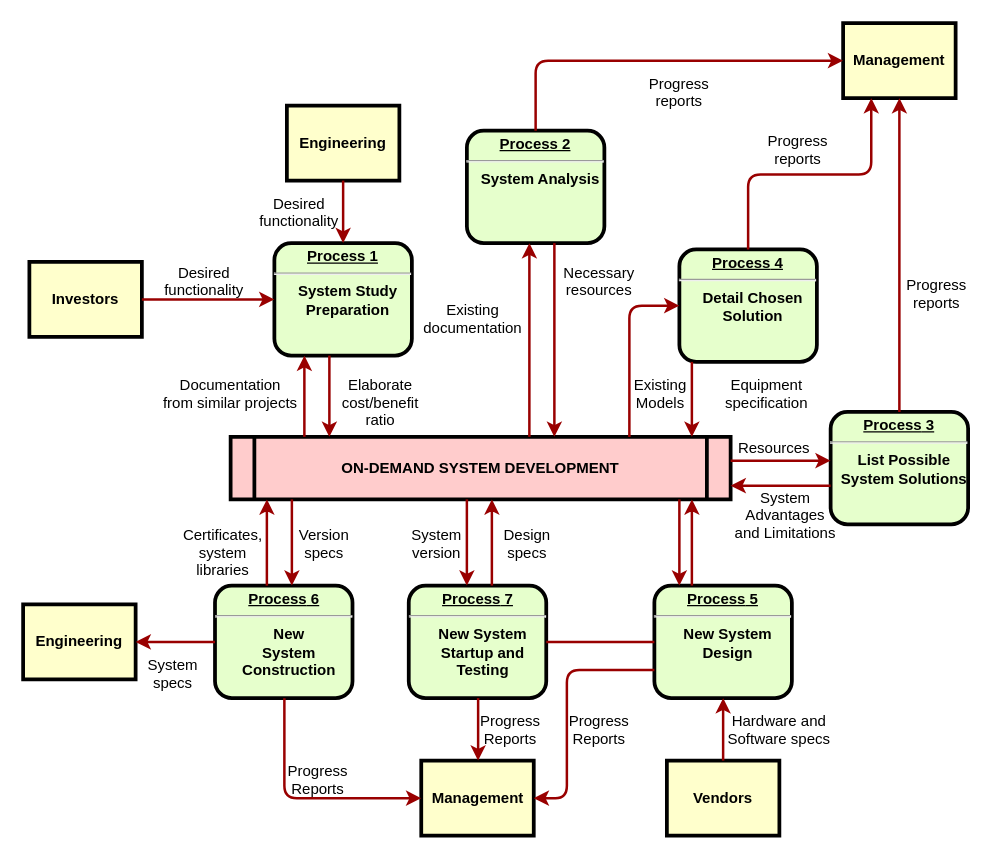
Earlier version of the draw.io diagram Week_06/Day_5/Untitled Diagram.drawio (LucyBurns/codeclan_homework_LBurns). Source tidied: cells renumbered, new cells numbered last; positions are measured from the earlier drawing's top-left corner, leaving out a move shared by most shapes. Both pictures are drawn from the tidied source at 125%, with x=0, y=0 at pixel (22, 22).
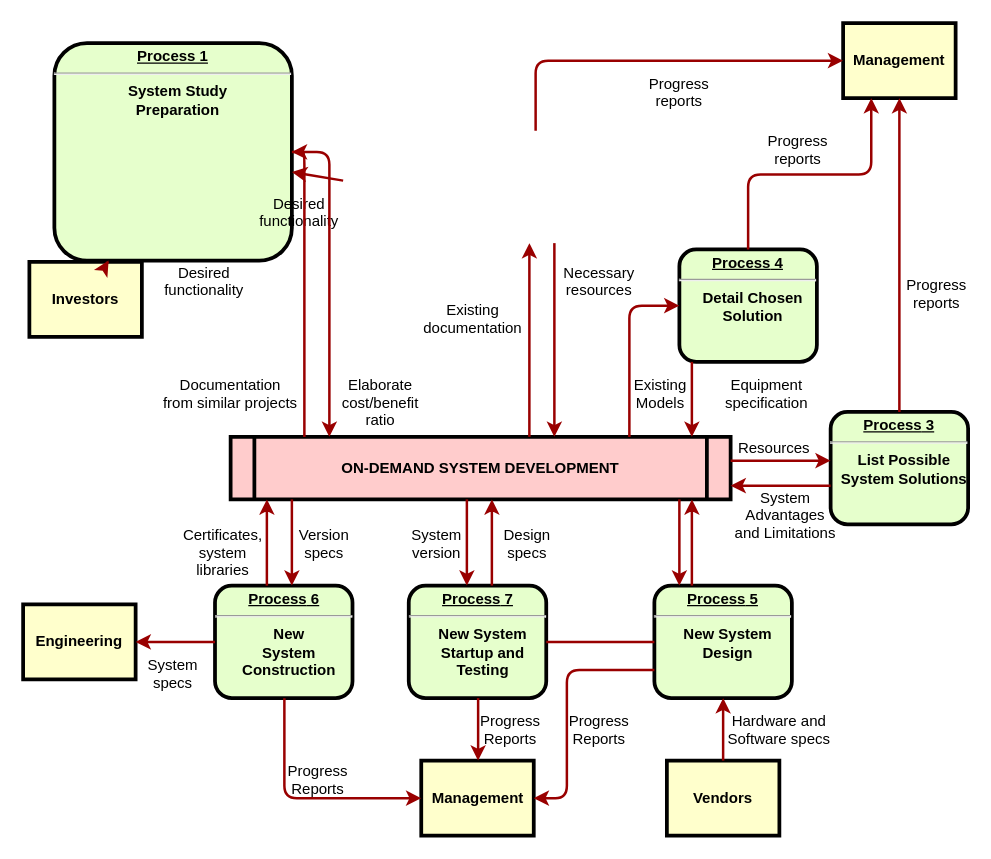
The same diagram, later.

Commit message:
NYC Citi Bikes

Unchanged cells that the change refers to:
```xml
<mxCell id="5" value="ON-DEMAND SYSTEM DEVELOPMENT" style="shape=process;whiteSpace=wrap;align=center;verticalAlign=middle;size=0.0475;fontStyle=1;strokeWidth=3;fillColor=#FFCCCC;" parent="1" vertex="1">
  <mxGeometry x="166" y="331" width="400" height="50" as="geometry" />
</mxCell>
<mxCell id="11" value="Management" style="whiteSpace=wrap;align=center;verticalAlign=middle;fontStyle=1;strokeWidth=3;fillColor=#FFFFCC;" parent="1" vertex="1">
  <mxGeometry x="656" width="90" height="60" as="geometry" />
</mxCell>
```

What changed in the source:
```diff
@@
     <mxCell id="2" value="&lt;p style=&quot;margin: 0px; margin-top: 4px; text-align: center; text-decoration: underline;&quot;&gt;&lt;strong&gt;Process 1&lt;br /&gt;&lt;/strong&gt;&lt;/p&gt;&lt;hr /&gt;&lt;p style=&quot;margin: 0px; margin-left: 8px;&quot;&gt;System Study&lt;/p&gt;&lt;p style=&quot;margin: 0px; margin-left: 8px;&quot;&gt;Preparation&lt;/p&gt;" style="verticalAlign=middle;align=center;overflow=fill;fontSize=12;fontFamily=Helvetica;html=1;rounded=1;fontStyle=1;strokeWidth=3;fillColor=#E6FFCC;" parent="1" vertex="1">
-      <mxGeometry x="201" y="176" width="110" height="90" as="geometry" />
+      <mxGeometry x="25" y="16" width="190" height="174" as="geometry" />
     </mxCell>
-    <mxCell id="3" value="Engineering" style="whiteSpace=wrap;align=center;verticalAlign=middle;fontStyle=1;strokeWidth=3;fillColor=#FFFFCC;" parent="1" vertex="1">
-      <mxGeometry x="211" y="66" width="90" height="60" as="geometry" />
-    </mxCell>
@@
-    <mxCell id="6" value="&lt;p style=&quot;margin: 0px; margin-top: 4px; text-align: center; text-decoration: underline;&quot;&gt;&lt;strong&gt;Process 2&lt;br /&gt;&lt;/strong&gt;&lt;/p&gt;&lt;hr /&gt;&lt;p style=&quot;margin: 0px; margin-left: 8px;&quot;&gt;System Analysis&lt;/p&gt;" style="verticalAlign=middle;align=center;overflow=fill;fontSize=12;fontFamily=Helvetica;html=1;rounded=1;fontStyle=1;strokeWidth=3;fillColor=#E6FFCC;" parent="1" vertex="1">
-      <mxGeometry x="355" y="86" width="110" height="90" as="geometry" />
-    </mxCell>
@@
-    <mxCell id="15" style="edgeStyle=none;noEdgeStyle=1;strokeColor=#990000;strokeWidth=2;" parent="1" edge="1" source="3" target="2">
-      <mxGeometry relative="1" as="geometry" />
+    <mxCell id="15" style="edgeStyle=none;noEdgeStyle=1;strokeColor=#990000;strokeWidth=2;" parent="1" edge="1" target="2">
+      <mxGeometry relative="1" as="geometry">
+        <mxPoint x="256" y="126" as="sourcePoint" />
+      </mxGeometry>
     </mxCell>
@@
-    <mxCell id="25" style="edgeStyle=elbowEdgeStyle;elbow=horizontal;strokeColor=#990000;strokeWidth=2;" parent="1" edge="1" source="5" target="6">
+    <mxCell id="25" style="edgeStyle=elbowEdgeStyle;elbow=horizontal;strokeColor=#990000;strokeWidth=2;" parent="1" edge="1" source="5">
       <mxGeometry relative="1" as="geometry">
+        <mxPoint x="405" y="176" as="targetPoint" />
         <Array as="points">
           <mxPoint x="405" y="250" />
         </Array>
       </mxGeometry>
     </mxCell>
-    <mxCell id="26" style="edgeStyle=elbowEdgeStyle;elbow=horizontal;strokeColor=#990000;strokeWidth=2;" parent="1" edge="1" source="6" target="5">
+    <mxCell id="26" style="edgeStyle=elbowEdgeStyle;elbow=horizontal;strokeColor=#990000;strokeWidth=2;" parent="1" edge="1" target="5">
       <mxGeometry relative="1" as="geometry">
+        <mxPoint x="425" y="176" as="sourcePoint" />
         <Array as="points">
           <mxPoint x="425" y="260" />
         </Array>
       </mxGeometry>
     </mxCell>
@@
-    <mxCell id="32" style="edgeStyle=elbowEdgeStyle;elbow=horizontal;strokeColor=#990000;strokeWidth=2;" parent="1" edge="1" source="6" target="11">
+    <mxCell id="32" style="edgeStyle=elbowEdgeStyle;elbow=horizontal;strokeColor=#990000;strokeWidth=2;" parent="1" edge="1" target="11">
       <mxGeometry relative="1" as="geometry">
+        <mxPoint x="410" y="86" as="sourcePoint" />
         <Array as="points">
           <mxPoint x="410" y="80" />
         </Array>
       </mxGeometry>
     </mxCell>
```
